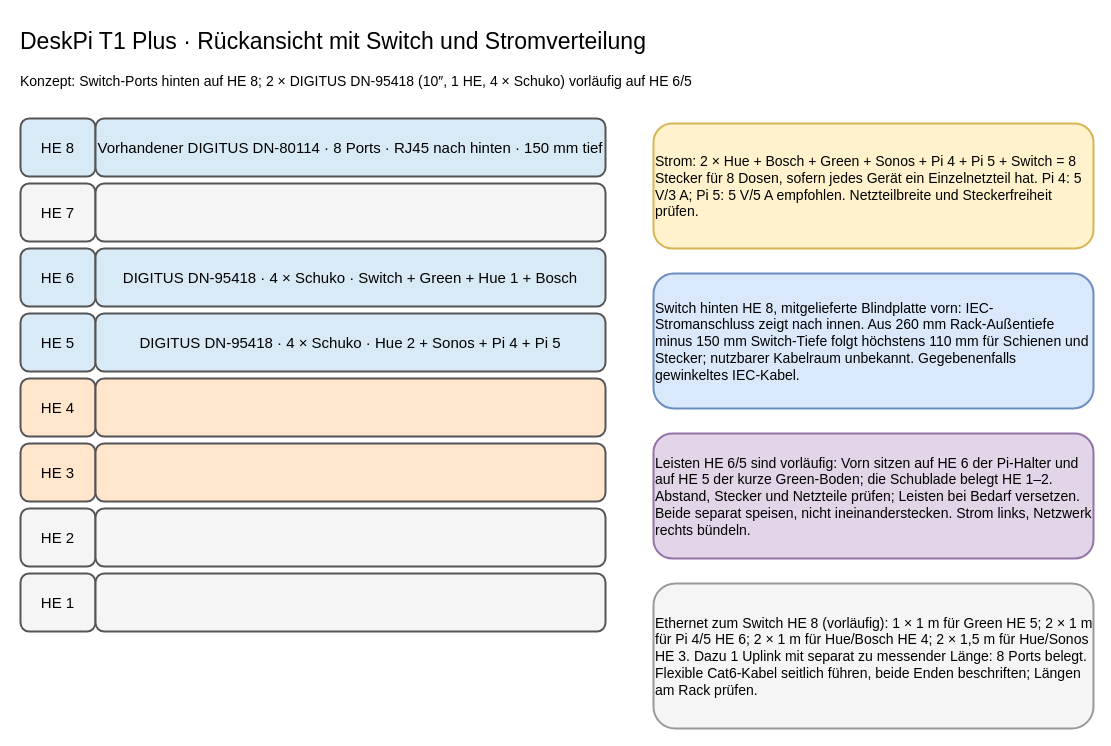
Above: page "DeskPi 8 HE – Rückseite" (3 of 4) of 10-zoll-rack-planung.drawio in tiptronic/diagrams (draw.io), before the change. Source tidied: cells renumbered, new cells numbered last; positions are measured from the earlier drawing's top-left corner, leaving out a move shared by most shapes. Both pictures are drawn from the tidied source at 100%, with x=0, y=0 at pixel (18, 18).
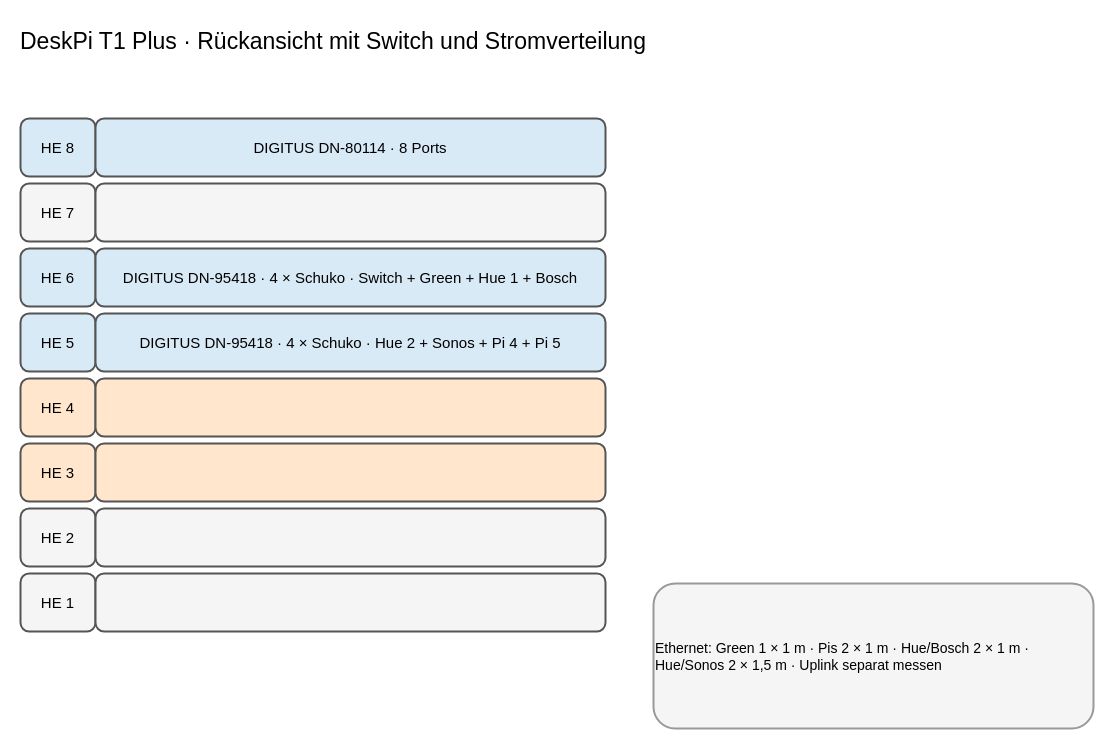
After the change.

Commit message (it also covers changes not shown here):
Simplify rack diagram labels

Diff of the diagram source:
```diff
@@
-    <mxCell id="3" value="Konzept: Switch-Ports hinten auf HE 8; 2 × DIGITUS DN-95418 (10″, 1 HE, 4 × Schuko) vorläufig auf HE 6/5" style="rounded=1;whiteSpace=wrap;html=1;align=left;verticalAlign=middle;strokeWidth=2;fontSize=14;fillColor=#ffffff;strokeColor=#ffffff;" parent="1" vertex="1">
-      <mxGeometry y="48" width="1000" height="30" as="geometry" />
-    </mxCell>
@@
-    <mxCell id="5" value="Vorhandener DIGITUS DN-80114 · 8 Ports · RJ45 nach hinten · 150 mm tief" style="rounded=1;whiteSpace=wrap;html=1;align=center;verticalAlign=middle;strokeWidth=2;fontSize=15;fillColor=#d9eaf7;strokeColor=#555555;" parent="1" vertex="1">
+    <mxCell id="5" value="DIGITUS DN-80114 · 8 Ports" style="rounded=1;whiteSpace=wrap;html=1;align=center;verticalAlign=middle;strokeWidth=2;fontSize=15;fillColor=#d9eaf7;strokeColor=#555555;" parent="1" vertex="1">
       <mxGeometry x="77" y="100" width="510" height="58" as="geometry" />
     </mxCell>
@@
-    <mxCell id="20" value="Strom: 2 × Hue + Bosch + Green + Sonos + Pi 4 + Pi 5 + Switch = 8 Stecker für 8 Dosen, sofern jedes Gerät ein Einzelnetzteil hat. Pi 4: 5 V/3 A; Pi 5: 5 V/5 A empfohlen. Netzteilbreite und Steckerfreiheit prüfen." style="rounded=1;whiteSpace=wrap;html=1;align=left;verticalAlign=middle;strokeWidth=2;fontSize=14;fillColor=#fff2cc;strokeColor=#d6b656;" parent="1" vertex="1">
-      <mxGeometry x="635" y="105" width="440" height="125" as="geometry" />
-    </mxCell>
-    <mxCell id="21" value="Switch hinten HE 8, mitgelieferte Blindplatte vorn: IEC-Stromanschluss zeigt nach innen. Aus 260 mm Rack-Außentiefe minus 150 mm Switch-Tiefe folgt höchstens 110 mm für Schienen und Stecker; nutzbarer Kabelraum unbekannt. Gegebenenfalls gewinkeltes IEC-Kabel." style="rounded=1;whiteSpace=wrap;html=1;align=left;verticalAlign=middle;strokeWidth=2;fontSize=14;fillColor=#dae8fc;strokeColor=#6c8ebf;" parent="1" vertex="1">
-      <mxGeometry x="635" y="255" width="440" height="135" as="geometry" />
-    </mxCell>
-    <mxCell id="22" value="Leisten HE 6/5 sind vorläufig: Vorn sitzen auf HE 6 der Pi-Halter und auf HE 5 der kurze Green-Boden; die Schublade belegt HE 1–2. Abstand, Stecker und Netzteile prüfen; Leisten bei Bedarf versetzen. Beide separat speisen, nicht ineinanderstecken. Strom links, Netzwerk rechts bündeln." style="rounded=1;whiteSpace=wrap;html=1;align=left;verticalAlign=middle;strokeWidth=2;fontSize=14;fillColor=#e1d5e7;strokeColor=#9673a6;" parent="1" vertex="1">
-      <mxGeometry x="635" y="415" width="440" height="125" as="geometry" />
-    </mxCell>
-    <mxCell id="23" value="Ethernet zum Switch HE 8 (vorläufig): 1 × 1 m für Green HE 5; 2 × 1 m für Pi 4/5 HE 6; 2 × 1 m für Hue/Bosch HE 4; 2 × 1,5 m für Hue/Sonos HE 3. Dazu 1 Uplink mit separat zu messender Länge: 8 Ports belegt. Flexible Cat6-Kabel seitlich führen, beide Enden beschriften; Längen am Rack prüfen." style="rounded=1;whiteSpace=wrap;html=1;align=left;verticalAlign=middle;strokeWidth=2;fontSize=14;fillColor=#f5f5f5;strokeColor=#999999;" parent="1" vertex="1">
+    <mxCell id="23" value="Ethernet: Green 1 × 1 m · Pis 2 × 1 m · Hue/Bosch 2 × 1 m · Hue/Sonos 2 × 1,5 m · Uplink separat messen" style="rounded=1;whiteSpace=wrap;html=1;align=left;verticalAlign=middle;strokeWidth=2;fontSize=14;fillColor=#f5f5f5;strokeColor=#999999;" parent="1" vertex="1">
       <mxGeometry x="635" y="565" width="440" height="145" as="geometry" />
     </mxCell>
```
